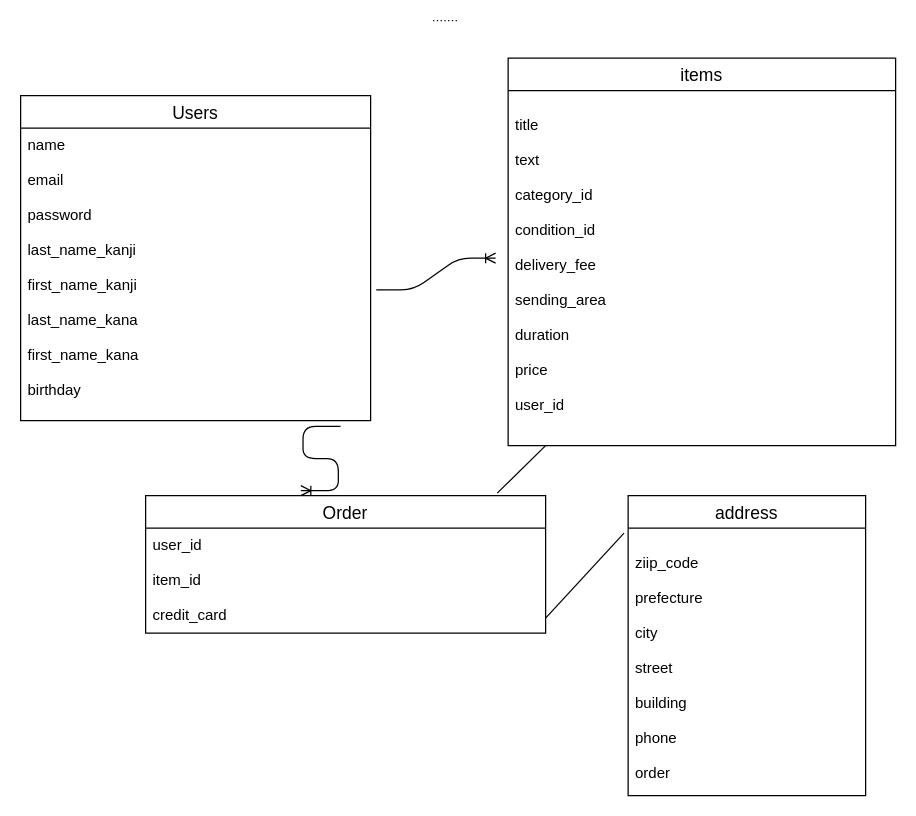
Before: furima.dio in katooomi/furima-36235, a draw.io diagram. Source tidied: cells renumbered, new cells numbered last; positions are measured from the earlier drawing's top-left corner, leaving out a move shared by most shapes. Both pictures are drawn from the tidied source at 125%, with x=0, y=0 at pixel (20, 20).
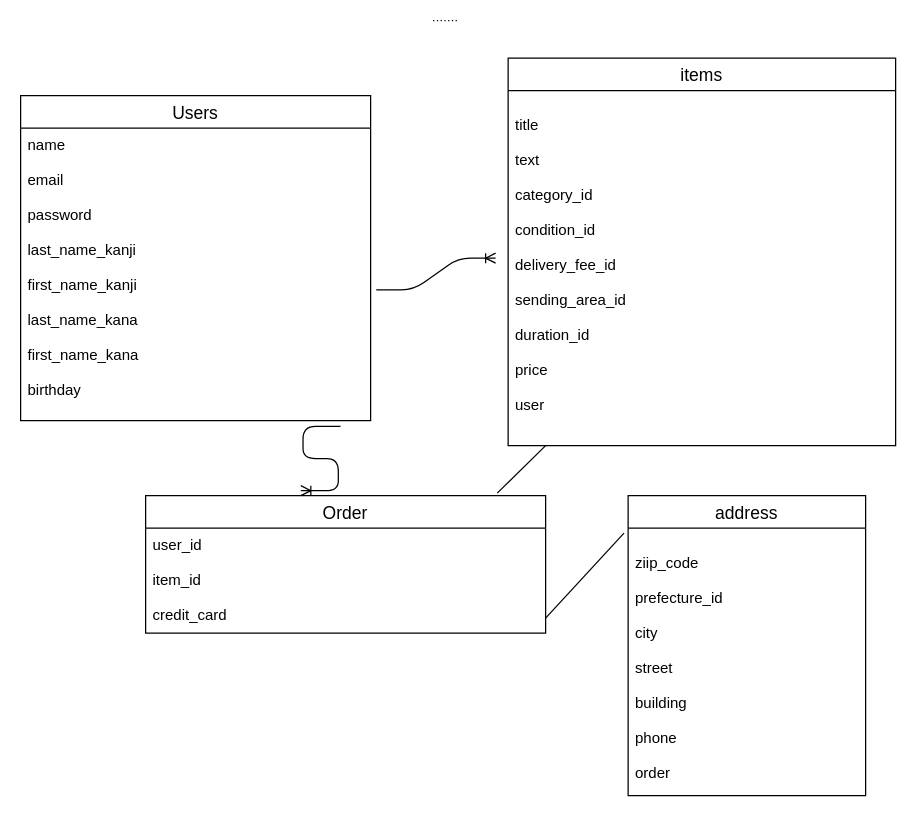
Above is the later version.

Commit message (it also covers changes not shown here):
データ設計（修正４）

What changed in the source:
```diff
@@
 <mxGraphModel>
   <root>
     <mxCell id="0" />
     <mxCell id="1" parent="0" />
     <mxCell id="2" value="Users" style="swimlane;fontStyle=0;horizontal=1;startSize=26;align=center;fontSize=14;" parent="1" vertex="1">
       <mxGeometry y="60" width="280" height="260" as="geometry" />
     </mxCell>
     <mxCell id="3" value="name&#10;&#10;email&#10;&#10;password&#10;&#10;last_name_kanji&#10;&#10;first_name_kanji&#10;&#10;last_name_kana&#10;&#10;first_name_kana&#10;&#10;birthday&#10;&#10;" style="text;strokeColor=none;fillColor=none;spacingLeft=4;spacingRight=4;overflow=hidden;points=[[0,0.5],[1,0.5]];portConstraint=eastwest;fontSize=12;" parent="2" vertex="1">
       <mxGeometry y="26" width="280" height="234" as="geometry" />
     </mxCell>
     <mxCell id="4" value="items" style="swimlane;fontStyle=0;horizontal=1;startSize=26;align=center;fontSize=14;" parent="1" vertex="1">
       <mxGeometry x="390" y="30" width="310" height="310" as="geometry" />
     </mxCell>
-    <mxCell id="5" value="&#10;title&#10;&#10;text&#10;&#10;category_id&#10;&#10;condition_id&#10;&#10;delivery_fee&#10;&#10;sending_area&#10;&#10;duration&#10;&#10;price&#10;&#10;user_id&#10;&#10;" style="text;strokeColor=none;fillColor=none;spacingLeft=4;spacingRight=4;overflow=hidden;fontSize=12;" parent="4" vertex="1">
+    <mxCell id="5" value="&#10;title&#10;&#10;text&#10;&#10;category_id&#10;&#10;condition_id&#10;&#10;delivery_fee_id&#10;&#10;sending_area_id&#10;&#10;duration_id&#10;&#10;price&#10;&#10;user&#10;&#10;" style="text;strokeColor=none;fillColor=none;spacingLeft=4;spacingRight=4;overflow=hidden;fontSize=12;" parent="4" vertex="1">
       <mxGeometry y="26" width="310" height="284" as="geometry" />
     </mxCell>
     <mxCell id="6" value="Order" style="swimlane;fontStyle=0;horizontal=1;startSize=26;align=center;fontSize=14;" parent="1" vertex="1">
       <mxGeometry x="100" y="380" width="320" height="110" as="geometry" />
     </mxCell>
     <mxCell id="7" value="user_id&#10;&#10;item_id&#10;&#10;credit_card" style="text;strokeColor=none;fillColor=none;spacingLeft=4;spacingRight=4;overflow=hidden;fontSize=12;" parent="6" vertex="1">
       <mxGeometry y="26" width="320" height="84" as="geometry" />
     </mxCell>
     <mxCell id="8" value="address" style="swimlane;fontStyle=0;horizontal=1;startSize=26;align=center;fontSize=14;" parent="1" vertex="1">
       <mxGeometry x="486" y="380" width="190" height="240" as="geometry" />
     </mxCell>
-    <mxCell id="9" value="&#10;ziip_code&#10;&#10;prefecture&#10;&#10;city&#10;&#10;street&#10;&#10;building&#10;&#10;phone&#10;&#10;order&#10;&#10;" style="text;strokeColor=none;fillColor=none;spacingLeft=4;spacingRight=4;overflow=hidden;fontSize=12;" parent="8" vertex="1">
+    <mxCell id="9" value="&#10;ziip_code&#10;&#10;prefecture_id&#10;&#10;city&#10;&#10;street&#10;&#10;building&#10;&#10;phone&#10;&#10;order&#10;&#10;" style="text;strokeColor=none;fillColor=none;spacingLeft=4;spacingRight=4;overflow=hidden;fontSize=12;" parent="8" vertex="1">
       <mxGeometry y="26" width="190" height="214" as="geometry" />
     </mxCell>
     <mxCell id="10" style="edgeStyle=entityRelationEdgeStyle;fontSize=12;html=1;endArrow=ERoneToMany;exitX=1.016;exitY=0.553;exitDx=0;exitDy=0;exitPerimeter=0;" parent="1" edge="1" source="3">
       <mxGeometry relative="1" as="geometry">
         <mxPoint x="380" y="190" as="targetPoint" />
       </mxGeometry>
     </mxCell>
     <mxCell id="11" style="endArrow=none;html=1;rounded=0;exitX=0.879;exitY=-0.018;exitDx=0;exitDy=0;exitPerimeter=0;" parent="1" edge="1" source="6">
       <mxGeometry relative="1" as="geometry">
         <mxPoint x="420" y="340" as="targetPoint" />
       </mxGeometry>
     </mxCell>
     <mxCell id="12" style="edgeStyle=entityRelationEdgeStyle;fontSize=12;html=1;endArrow=ERoneToMany;entryX=0.388;entryY=-0.036;entryDx=0;entryDy=0;entryPerimeter=0;exitX=0.914;exitY=1.02;exitDx=0;exitDy=0;exitPerimeter=0;" parent="1" edge="1" source="3" target="6">
       <mxGeometry relative="1" as="geometry" />
     </mxCell>
     <mxCell id="13" style="endArrow=none;html=1;rounded=0;dashed=1;dashPattern=1 2;" parent="1" edge="1">
       <mxGeometry relative="1" as="geometry">
         <mxPoint x="330" as="sourcePoint" />
         <mxPoint x="350" as="targetPoint" />
       </mxGeometry>
     </mxCell>
     <mxCell id="14" style="endArrow=none;html=1;rounded=0;exitX=0.879;exitY=-0.018;exitDx=0;exitDy=0;exitPerimeter=0;" parent="1" edge="1">
       <mxGeometry relative="1" as="geometry">
         <mxPoint x="420" y="478" as="sourcePoint" />
         <mxPoint x="482.7" y="410" as="targetPoint" />
       </mxGeometry>
     </mxCell>
   </root>
 </mxGraphModel>
```
